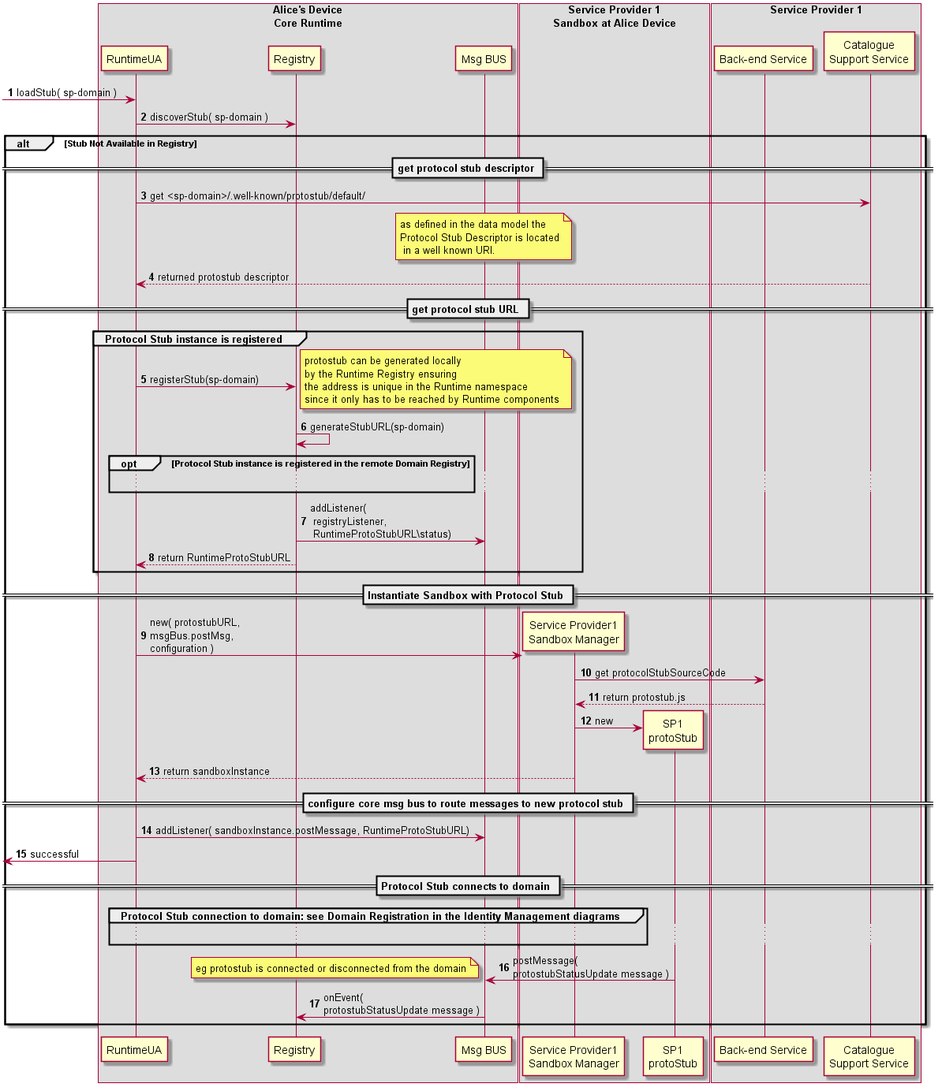
This is docs/specs/runtime/dynamic-view/basics/deploy-protostub.png from reTHINK-project/core-framework, a PlantUML export, as it was before one commit. Its source is kept beside it as docs/specs/runtime/dynamic-view/basics/deploy-protostub.plantuml.
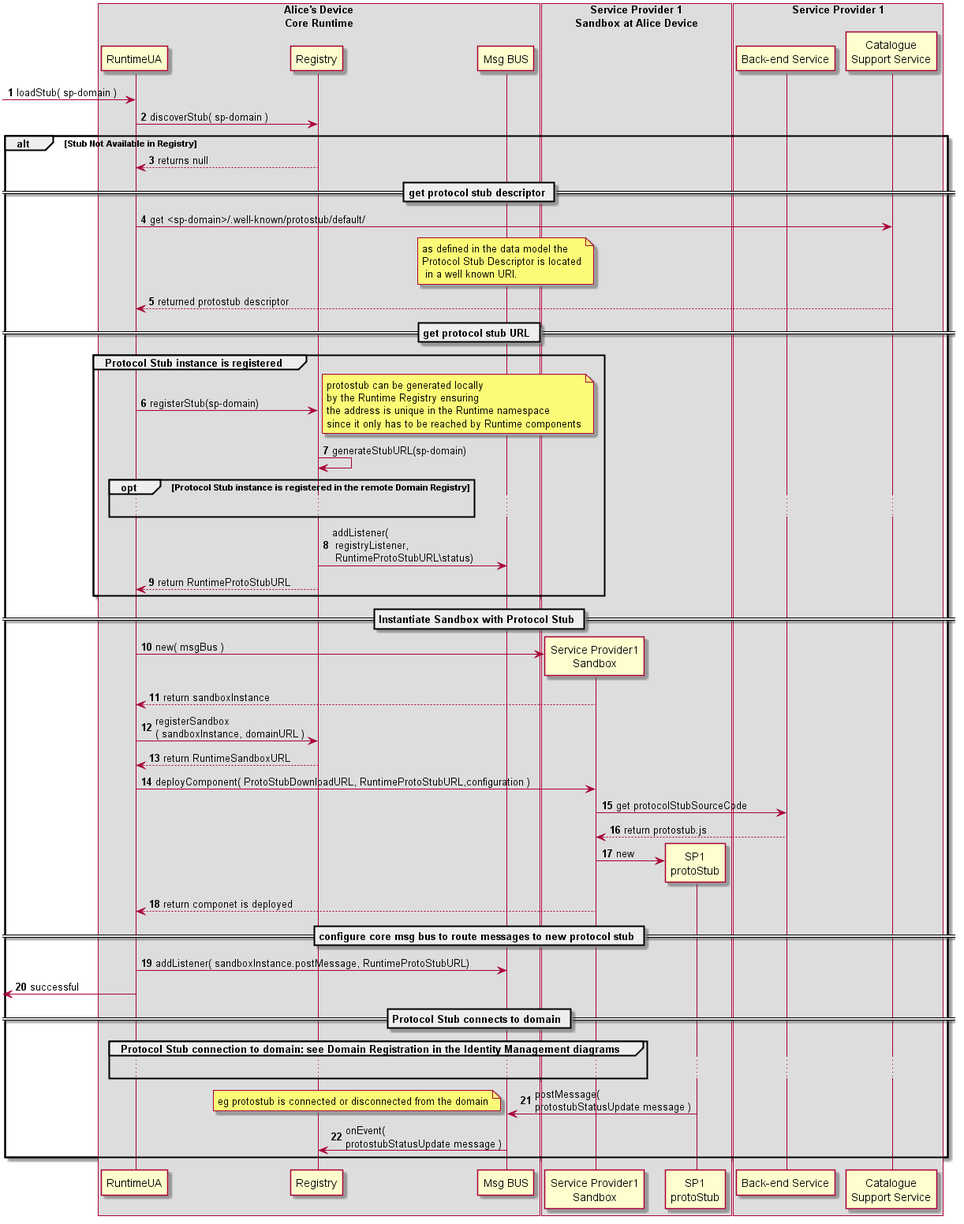
After the commit.

Commit message:
deploy protostub updated with sandbox management procedures

Change to the diagram source:
```diff
@@ -25,7 +25,10 @@
 
 alt Stub Not Available in Registry
 
+RunUA@A <-- RunReg@A : returns null
+
 == get protocol stub descriptor ==
+
 
 	RunUA@A -> Cat1 : get <sp-domain>/.well-known/protostub/default/
 
@@ -63,7 +66,16 @@
 == Instantiate Sandbox with Protocol Stub ==
 
 	create Sand1@A
-	RunUA@A -> Sand1@A : new( protostubURL,\nmsgBus.postMsg,\nconfiguration )
+	RunUA@A -> Sand1@A : new( msgBus )
+
+	RunUA@A <-- Sand1@A : return sandboxInstance
+
+	RunUA@A -> RunReg@A : registerSandbox\n( sandboxInstance, domainURL )
+
+	RunUA@A <-- RunReg@A : return RuntimeSandboxURL
+
+	RunUA@A -> Sand1@A : deployComponent( ProtoStubDownloadURL, RuntimeProtoStubURL,configuration )
+
 
 	Sand1@A -> SP1 : get protocolStubSourceCode
 
@@ -72,7 +84,8 @@
 	create Proto1@A
 	Sand1@A -> Proto1@A : new
 
-	RunUA@A <-- Sand1@A : return sandboxInstance
+	RunUA@A <-- Sand1@A : return componet is deployed
+
 
 == configure core msg bus to route messages to new protocol stub ==
 
```
